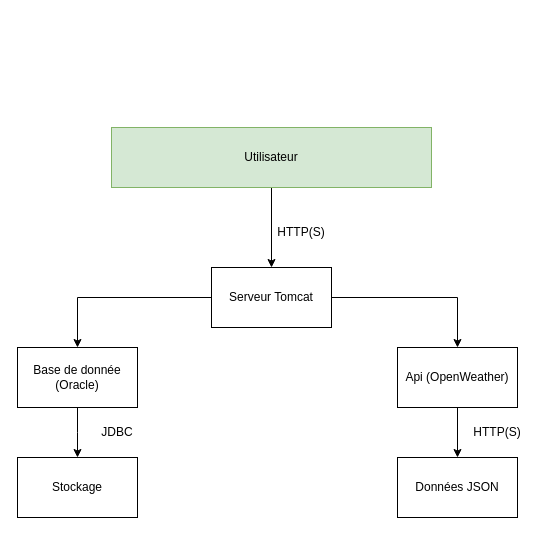
Earlier version of the draw.io diagram Diagramme sans nom.drawio (ClementJonckheere/Meteo_Ship). Source tidied: cells renumbered, new cells numbered last; positions are measured from the earlier drawing's top-left corner, leaving out a move shared by most shapes. Both pictures are drawn from the tidied source at 100%, with x=0, y=0 at pixel (17, 127).
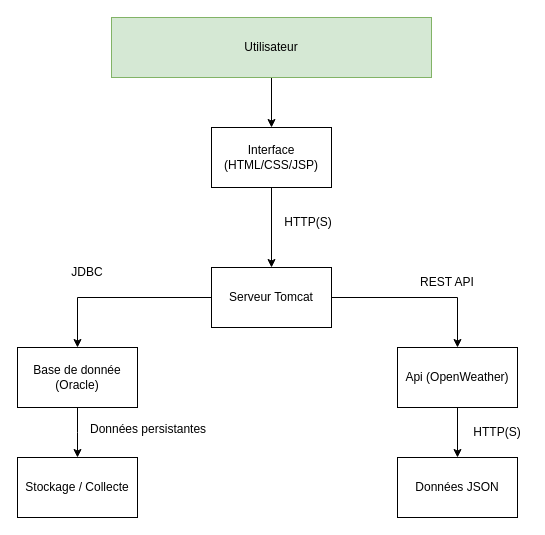
After the change.

Commit message:
Mettre à jour Diagramme sans nom.drawio

Unchanged cells that the change refers to:
```xml
<mxCell id="6" value="Serveur Tomcat" style="rounded=0;whiteSpace=wrap;html=1;" parent="1" vertex="1">
  <mxGeometry x="194" y="140" width="120" height="60" as="geometry" />
</mxCell>
```

The edit, as a diff of the source:
```diff
@@
-    <mxCell id="2" style="edgeStyle=orthogonalEdgeStyle;rounded=0;jettySize=auto;html=1;" parent="1" edge="1" source="3" target="6">
-      <mxGeometry relative="1" as="geometry" />
-    </mxCell>
+    <mxCell id="16" style="edgeStyle=orthogonalEdgeStyle;rounded=0;jettySize=auto;html=1;" parent="1" edge="1" source="3" target="20">
+      <mxGeometry relative="1" as="geometry" />
+    </mxCell>
     <mxCell id="3" value="Utilisateur" style="rounded=0;whiteSpace=wrap;html=1;fillColor=#d5e8d4;strokeColor=#82b366;" parent="1" vertex="1">
-      <mxGeometry x="94" width="320" height="60" as="geometry" />
+      <mxGeometry x="94" y="-110" width="320" height="60" as="geometry" />
     </mxCell>
@@
-    <mxCell id="12" value="Stockage" style="rounded=0;whiteSpace=wrap;html=1;" parent="1" vertex="1">
+    <mxCell id="12" value="Stockage / Collecte" style="rounded=0;whiteSpace=wrap;html=1;" parent="1" vertex="1">
       <mxGeometry y="330" width="120" height="60" as="geometry" />
     </mxCell>
     <mxCell id="13" value="HTTP(S)" style="text;html=1;align=center;verticalAlign=middle;whiteSpace=wrap;rounded=0;" parent="1" vertex="1">
-      <mxGeometry x="254" y="90" width="60" height="30" as="geometry" />
+      <mxGeometry x="261" y="80" width="60" height="30" as="geometry" />
     </mxCell>
     <mxCell id="14" value="JDBC" style="text;html=1;align=center;verticalAlign=middle;whiteSpace=wrap;rounded=0;" parent="1" vertex="1">
-      <mxGeometry x="70" y="290" width="60" height="30" as="geometry" />
+      <mxGeometry x="40" y="130" width="60" height="30" as="geometry" />
     </mxCell>
@@
+    <mxCell id="17" value="REST API" style="text;html=1;align=center;verticalAlign=middle;whiteSpace=wrap;rounded=0;" parent="1" vertex="1">
+      <mxGeometry x="400" y="140" width="60" height="30" as="geometry" />
+    </mxCell>
+    <mxCell id="18" value="Données persistantes" style="text;whiteSpace=wrap;html=1;" parent="1" vertex="1">
+      <mxGeometry x="71" y="287.5" width="120" height="35" as="geometry" />
+    </mxCell>
+    <mxCell id="19" style="edgeStyle=orthogonalEdgeStyle;rounded=0;jettySize=auto;html=1;" parent="1" edge="1" source="20" target="6">
+      <mxGeometry relative="1" as="geometry" />
+    </mxCell>
+    <mxCell id="20" value="Interface&lt;div&gt;(HTML/CSS/JSP)&lt;/div&gt;" style="rounded=0;whiteSpace=wrap;html=1;" parent="1" vertex="1">
+      <mxGeometry x="194" width="120" height="60" as="geometry" />
+    </mxCell>
```
